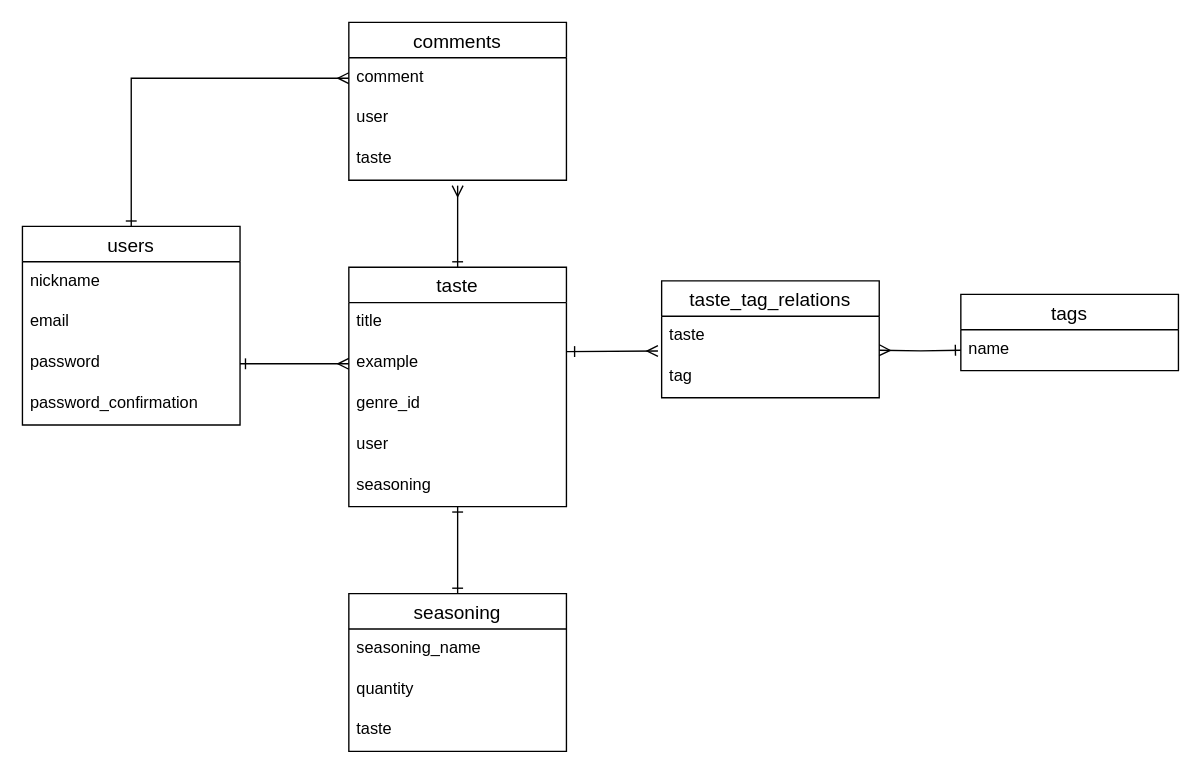
This is page "ページ1" (1 of 2) of ER.dio from yumi-jpn/seasoning-creater, a draw.io file, before an edit. Source tidied: cells renumbered, new cells numbered last; positions are measured from the earlier drawing's top-left corner, leaving out a move shared by most shapes. Both pictures are drawn from the tidied source at 136%, with x=0, y=0 at pixel (22, 22).
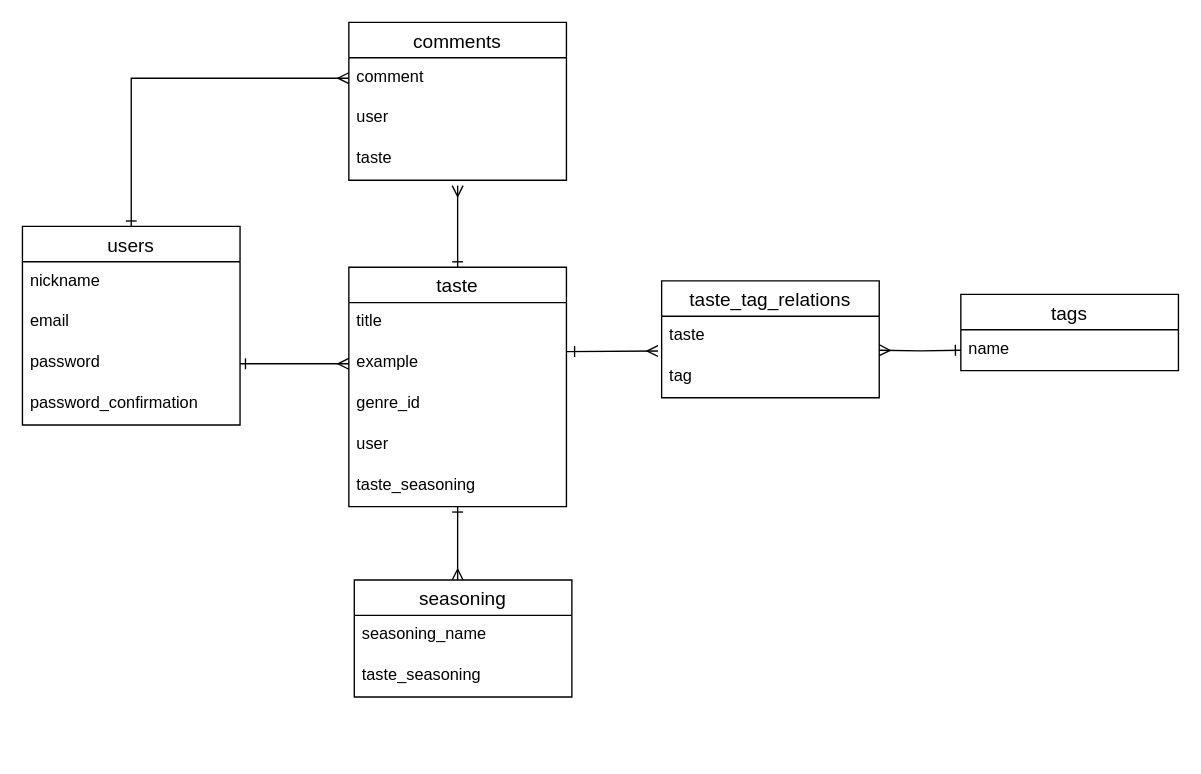
The same diagram, later.

The change refers to these unchanged cells:
```xml
<mxCell id="10" value="taste" style="swimlane;fontStyle=0;horizontal=1;startSize=26;align=center;fontSize=14;" parent="1" vertex="1">
  <mxGeometry x="240" y="180" width="160" height="176" as="geometry" />
</mxCell>
```

The edit, as a diff of the source:
```diff
@@
-    <mxCell id="9" style="edgeStyle=orthogonalEdgeStyle;rounded=0;jettySize=auto;html=1;entryX=0.5;entryY=0;entryDx=0;entryDy=0;startArrow=ERone;startFill=0;endArrow=ERone;endFill=0;" parent="1" edge="1" source="10" target="16">
-      <mxGeometry relative="1" as="geometry" />
+    <mxCell id="9" style="edgeStyle=orthogonalEdgeStyle;rounded=0;jettySize=auto;html=1;entryX=0.5;entryY=0;entryDx=0;entryDy=0;startArrow=ERone;startFill=0;endArrow=ERmany;endFill=0;" parent="1" edge="1" source="10">
+      <mxGeometry relative="1" as="geometry">
+        <mxPoint x="320" y="410" as="targetPoint" />
+      </mxGeometry>
     </mxCell>
@@
-    <mxCell id="15" value="seasoning" style="text;strokeColor=none;fillColor=none;spacingLeft=4;spacingRight=4;overflow=hidden;fontSize=12;" parent="10" vertex="1">
+    <mxCell id="15" value="taste_seasoning" style="text;strokeColor=none;fillColor=none;spacingLeft=4;spacingRight=4;overflow=hidden;fontSize=12;" parent="10" vertex="1">
       <mxGeometry y="146" width="160" height="30" as="geometry" />
     </mxCell>
     <mxCell id="16" value="seasoning" style="swimlane;fontStyle=0;horizontal=1;startSize=26;align=center;fontSize=14;" parent="1" vertex="1">
-      <mxGeometry x="240" y="420" width="160" height="116" as="geometry" />
+      <mxGeometry x="244" y="410" width="160" height="86" as="geometry" />
     </mxCell>
@@
-    <mxCell id="18" value="quantity" style="text;strokeColor=none;fillColor=none;spacingLeft=4;spacingRight=4;overflow=hidden;fontSize=12;" parent="16" vertex="1">
-      <mxGeometry y="56" width="160" height="30" as="geometry" />
-    </mxCell>
-    <mxCell id="19" value="taste" style="text;strokeColor=none;fillColor=none;spacingLeft=4;spacingRight=4;overflow=hidden;fontSize=12;" parent="16" vertex="1">
-      <mxGeometry y="86" width="160" height="30" as="geometry" />
+    <mxCell id="19" value="taste_seasoning" style="text;strokeColor=none;fillColor=none;spacingLeft=4;spacingRight=4;overflow=hidden;fontSize=12;" parent="16" vertex="1">
+      <mxGeometry y="56" width="160" height="30" as="geometry" />
     </mxCell>
```
